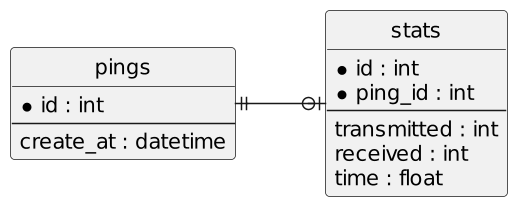
Before: public/imgs/database/sql/monitor-db-relations-1-1-physical-model.png, a diagram exported from PlantUML (ifpb/dw). Its diagram source:
```plantuml
@startuml
hide circle
scale 1.5
skinparam linetype ortho
skinparam monochrome true
left to right direction

entity "pings" as ping {
  *id : int
  --
  create_at : datetime
}

entity "stats" as stats {
  *id : int
  *ping_id : int
  --
  transmitted : int
  received : int
  time : float
}

ping ||--o| stats
@enduml
```
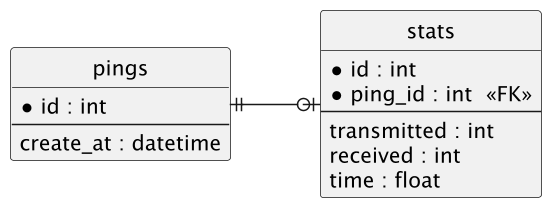
Above is the later version.

The edit, as a diff of the source:
```diff
@@ -13,7 +13,7 @@
 
 entity "stats" as stats {
   *id : int
-  *ping_id : int
+  *ping_id : int  <<FK>>
   --
   transmitted : int
   received : int
```
